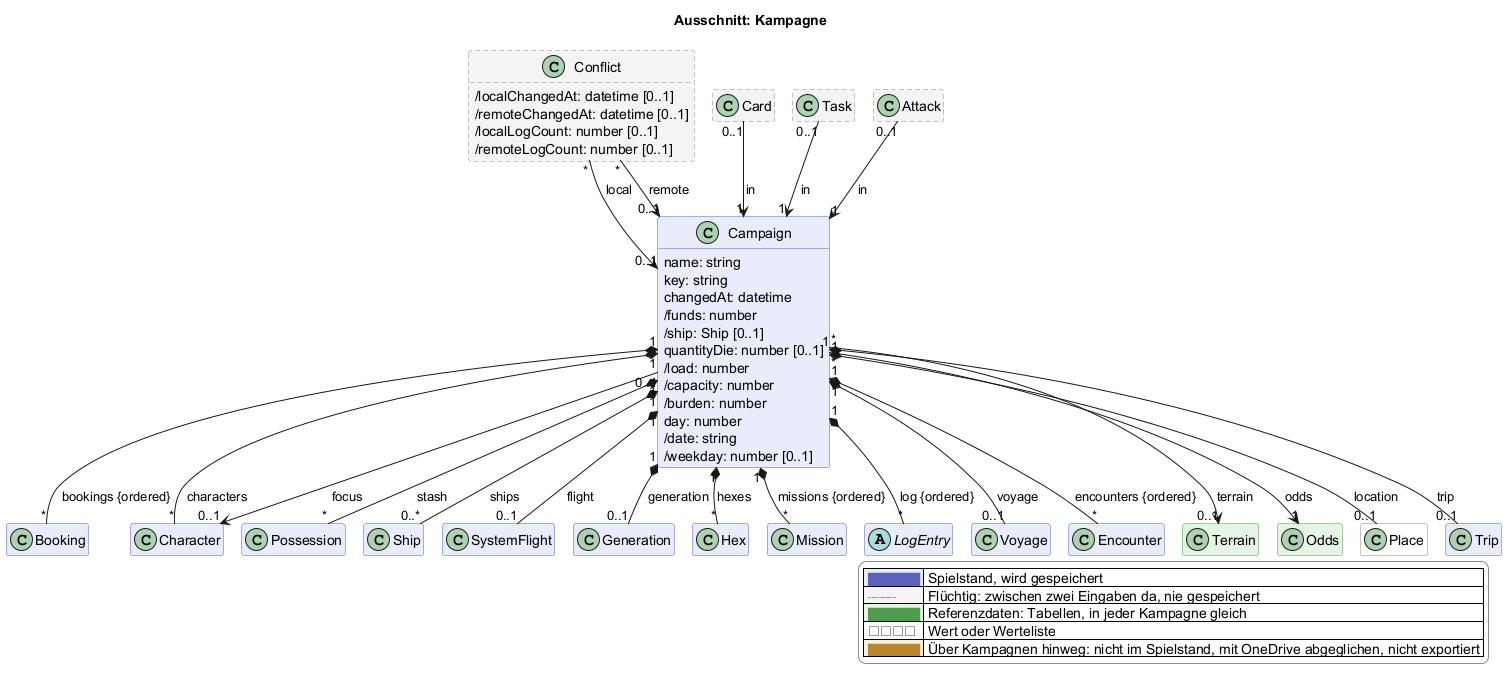
Above: docs/views/kampagne.png in scuzzar/SRE (PlantUML), before the change.
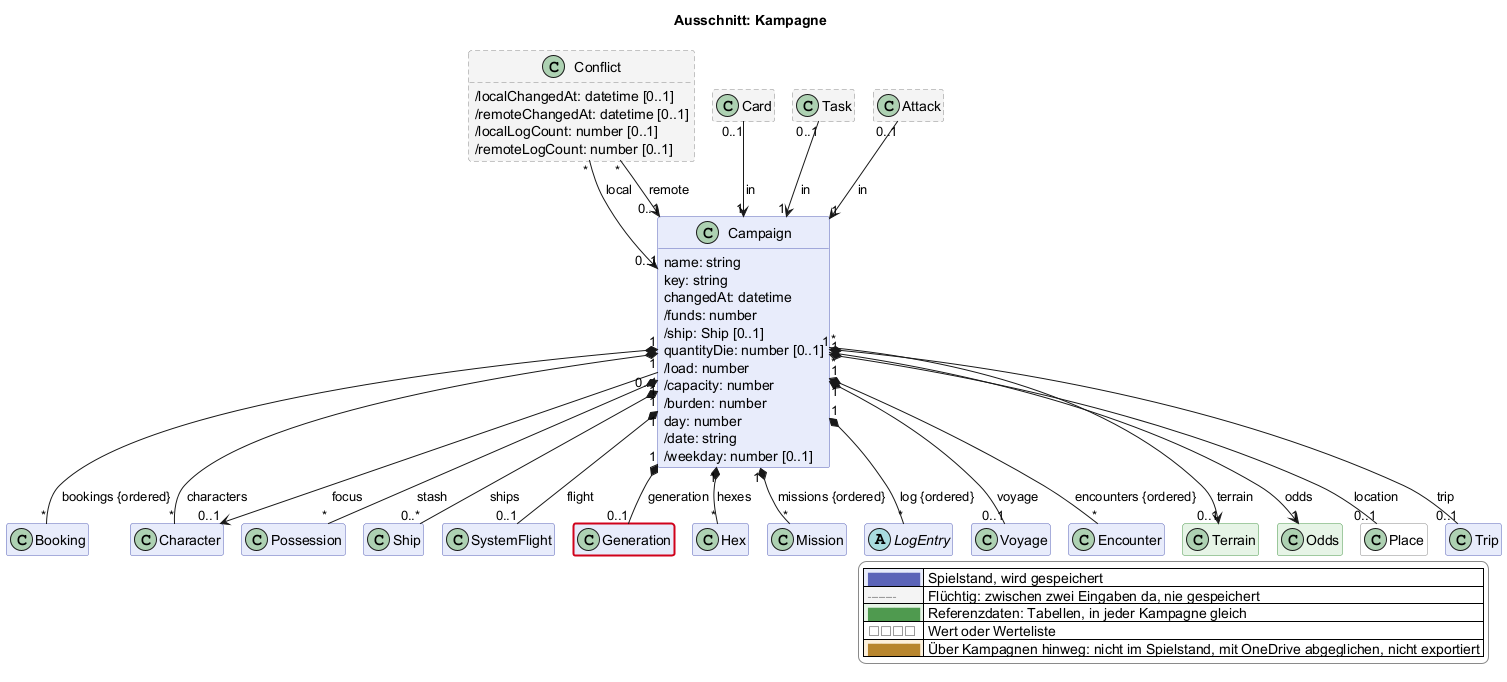
The same file after the commit.

Change to the diagram source:
```diff
@@ -160,4 +160,5 @@
   |<#ffffff> <color:#8a8a8a>□□□□</color> | Wert oder Werteliste |
   |<#fdf1dc> <color:#b8862e>████</color> | Über Kampagnen hinweg: nicht im Spielstand, mit OneDrive abgeglichen, nicht exportiert |
 endlegend
+class Generation #line:d0021b;line.bold
 @enduml
```
